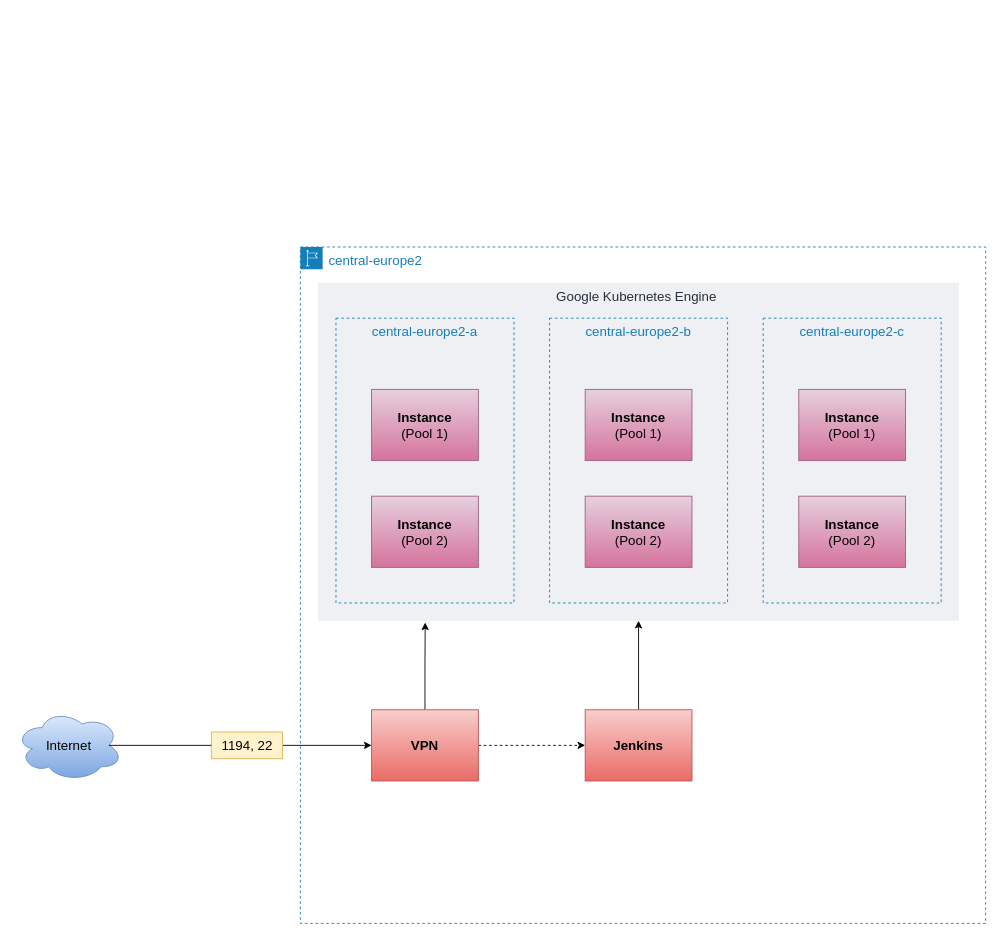
Earlier version of the draw.io diagram docs/architecture.darw.io.drawio (seemscloud-testdrive/urban-take-home-terraform). Source tidied: cells renumbered, new cells numbered last; positions are measured from the earlier drawing's top-left corner, leaving out a move shared by most shapes. Both pictures are drawn from the tidied source at 89%, with x=0, y=0 at pixel (15, 247).
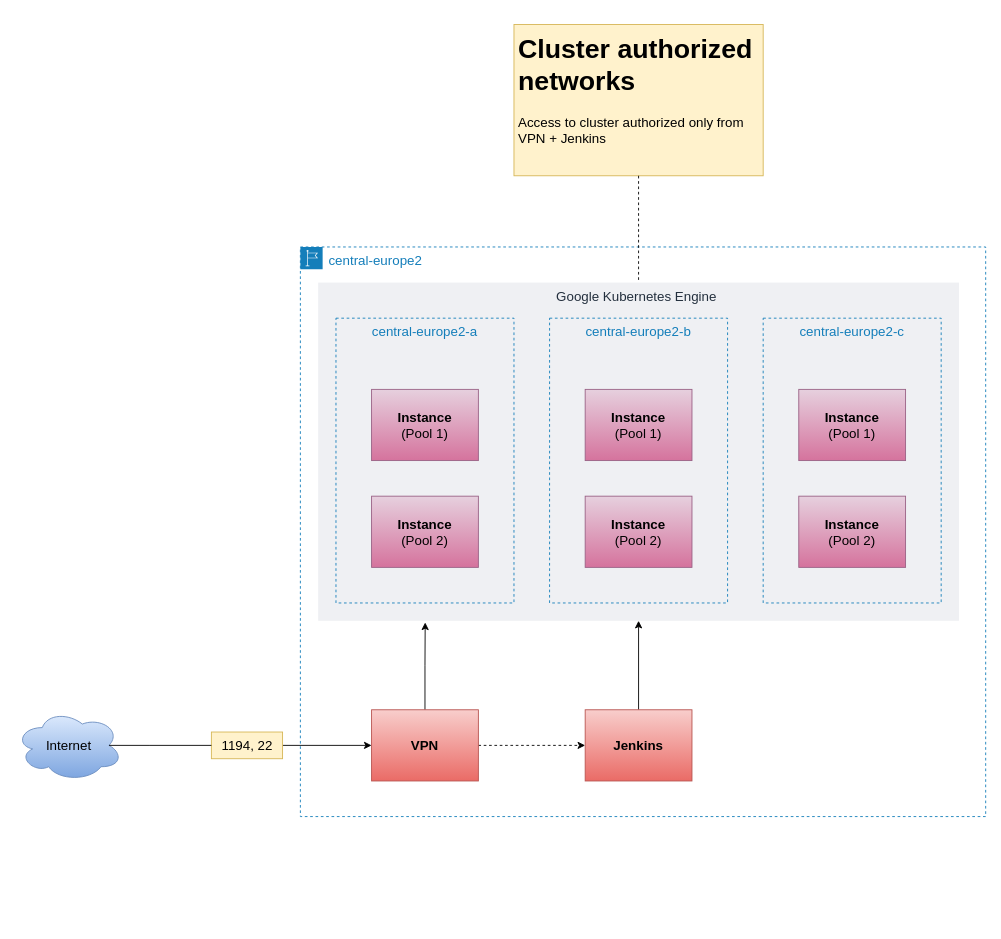
Above is the later version.

Unchanged cells that the change refers to:
```xml
<mxCell id="3" value="Google Kubernetes Engine " style="fillColor=#EFF0F3;strokeColor=none;dashed=0;verticalAlign=top;fontStyle=0;fontColor=#232F3D;fontSize=15;" parent="2" vertex="1">
  <mxGeometry x="20" y="40" width="720" height="380" as="geometry" />
</mxCell>
```

The edit, as a diff of the source:
```diff
@@
     <mxCell id="2" value="central-europe2" style="gradientColor=none;html=1;whiteSpace=wrap;fontSize=15;fontStyle=0;shape=mxgraph.aws4.group;grIcon=mxgraph.aws4.group_region;strokeColor=#147EBA;fillColor=none;verticalAlign=top;align=left;spacingLeft=30;fontColor=#147EBA;dashed=1;" parent="1" vertex="1">
-      <mxGeometry x="320" width="770" height="760" as="geometry" />
+      <mxGeometry x="320" width="770" height="640" as="geometry" />
     </mxCell>
@@
+    <mxCell id="22" value="&lt;h1&gt;Cluster authorized networks&lt;/h1&gt;&lt;p&gt;Access to cluster authorized only from VPN + Jenkins&lt;/p&gt;" style="text;html=1;strokeColor=#d6b656;fillColor=#fff2cc;spacing=5;spacingTop=-20;whiteSpace=wrap;overflow=hidden;rounded=0;fontSize=15;" parent="1" vertex="1">
+      <mxGeometry x="560" y="-250" width="280" height="170" as="geometry" />
+    </mxCell>
+    <mxCell id="23" style="endArrow=none;html=1;rounded=0;dashed=1;fontSize=15;entryX=0.5;entryY=0;entryDx=0;entryDy=0;exitX=0.5;exitY=1;exitDx=0;exitDy=0;" parent="1" edge="1" source="22" target="3">
+      <mxGeometry relative="1" as="geometry" />
+    </mxCell>
```
